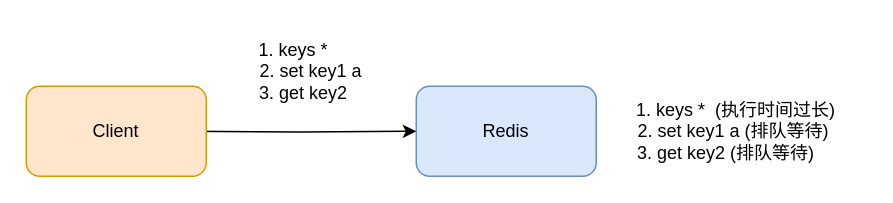
Above: redis/redis慢操作.drawio in erlieStar/diagrams (draw.io), before the change. Source tidied: cells renumbered, new cells numbered last; positions are measured from the earlier drawing's top-left corner, leaving out a move shared by most shapes. Both pictures are drawn from the tidied source at 150%, with x=0, y=0 at pixel (26, 26).
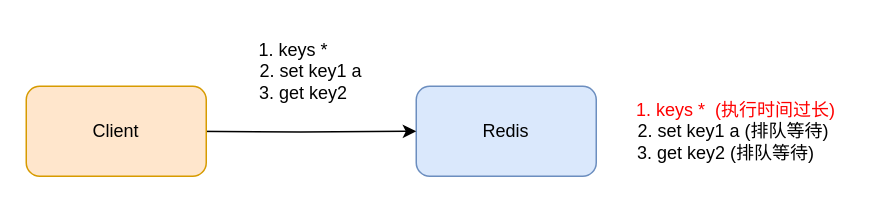
The same page after the edit.

Change to the diagram source:
```diff
@@
 <mxGraphModel>
   <root>
     <mxCell id="0" />
     <mxCell id="1" parent="0" />
     <mxCell id="2" value="Redis" style="rounded=1;whiteSpace=wrap;html=1;fillColor=#dae8fc;strokeColor=#6c8ebf;" parent="1" vertex="1">
       <mxGeometry x="260" y="40" width="120" height="60" as="geometry" />
     </mxCell>
     <mxCell id="3" style="edgeStyle=orthogonalEdgeStyle;rounded=0;jettySize=auto;html=1;exitX=0.875;exitY=0.5;exitDx=0;exitDy=0;exitPerimeter=0;entryX=0;entryY=0.5;entryDx=0;entryDy=0;" parent="1" edge="1" target="2">
       <mxGeometry relative="1" as="geometry">
         <mxPoint x="105" y="70" as="sourcePoint" />
       </mxGeometry>
     </mxCell>
     <mxCell id="4" value="Client" style="rounded=1;whiteSpace=wrap;html=1;fillColor=#ffe6cc;strokeColor=#d79b00;" parent="1" vertex="1">
       <mxGeometry y="40" width="120" height="60" as="geometry" />
     </mxCell>
     <mxCell id="5" value="1. keys *&amp;nbsp; &amp;nbsp; &amp;nbsp; &amp;nbsp;&lt;br&gt;2. set key1 a&lt;br&gt;3. get key2&amp;nbsp; &amp;nbsp;" style="text;html=1;strokeColor=none;fillColor=none;align=center;verticalAlign=middle;whiteSpace=wrap;rounded=0;" parent="1" vertex="1">
       <mxGeometry x="130" width="120" height="60" as="geometry" />
     </mxCell>
-    <mxCell id="6" value="1. keys *&amp;nbsp; (执行时间过长)&amp;nbsp;&lt;br&gt;2. set key1 a (排队等待)&amp;nbsp;&amp;nbsp;&lt;br&gt;3. get key2 (排队等待)&amp;nbsp; &amp;nbsp; &amp;nbsp;" style="text;html=1;strokeColor=none;fillColor=none;align=center;verticalAlign=middle;whiteSpace=wrap;rounded=0;" parent="1" vertex="1">
+    <mxCell id="6" value="&lt;font color=&quot;#ff0000&quot;&gt;1. keys *&amp;nbsp; (执行时间过长)&amp;nbsp;&lt;/font&gt;&lt;br&gt;2. set key1 a (排队等待)&amp;nbsp;&amp;nbsp;&lt;br&gt;3. get key2 (排队等待)&amp;nbsp; &amp;nbsp; &amp;nbsp;" style="text;html=1;strokeColor=none;fillColor=none;align=center;verticalAlign=middle;whiteSpace=wrap;rounded=0;" parent="1" vertex="1">
       <mxGeometry x="390" y="45" width="170" height="50" as="geometry" />
     </mxCell>
   </root>
 </mxGraphModel>
```
